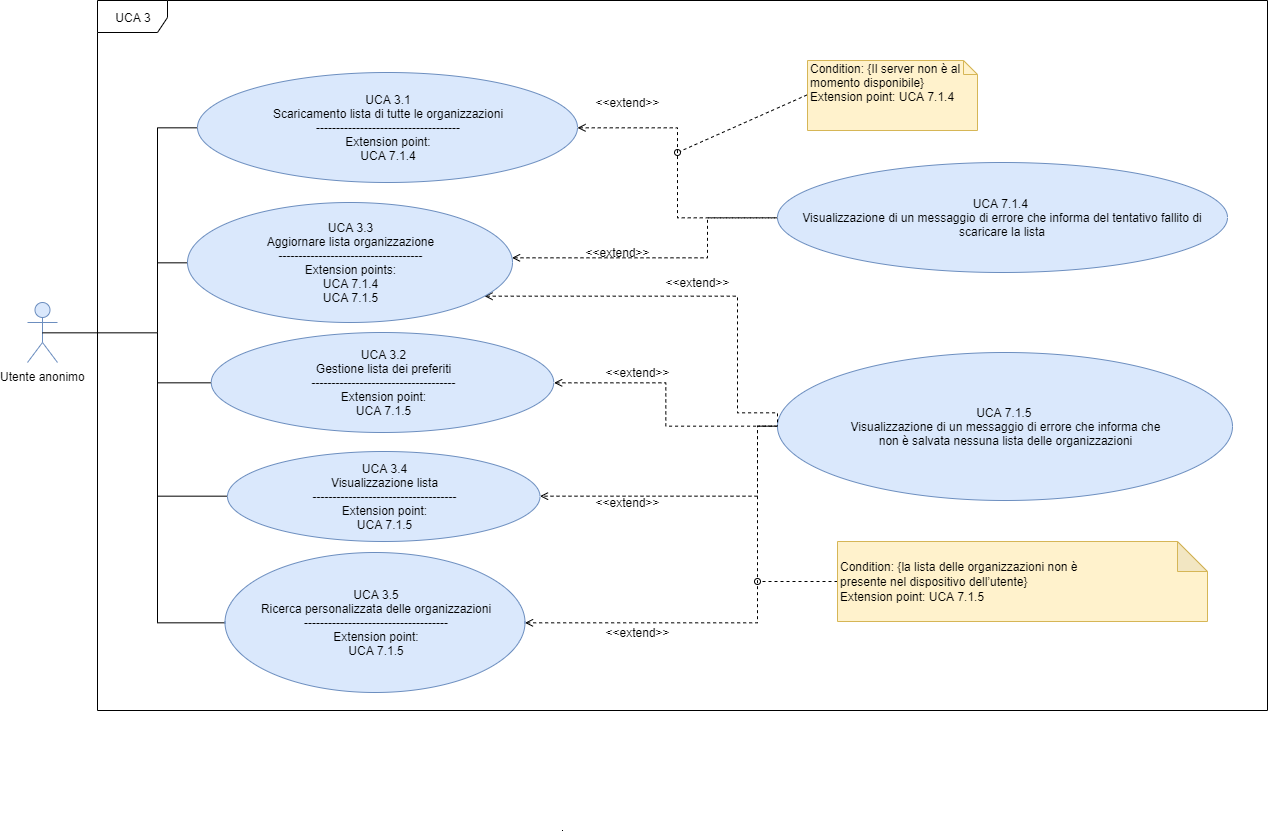
Earlier version of the draw.io export DocumentazioneEsterna/AnalisiRequisiti/sezioni/UseCase/Immagini/UCA3.png (qb-team/Stalker-Documentazione). Source tidied: cells renumbered, new cells last; positions are measured from the earlier drawing's top-left corner, leaving out a move shared by most shapes.
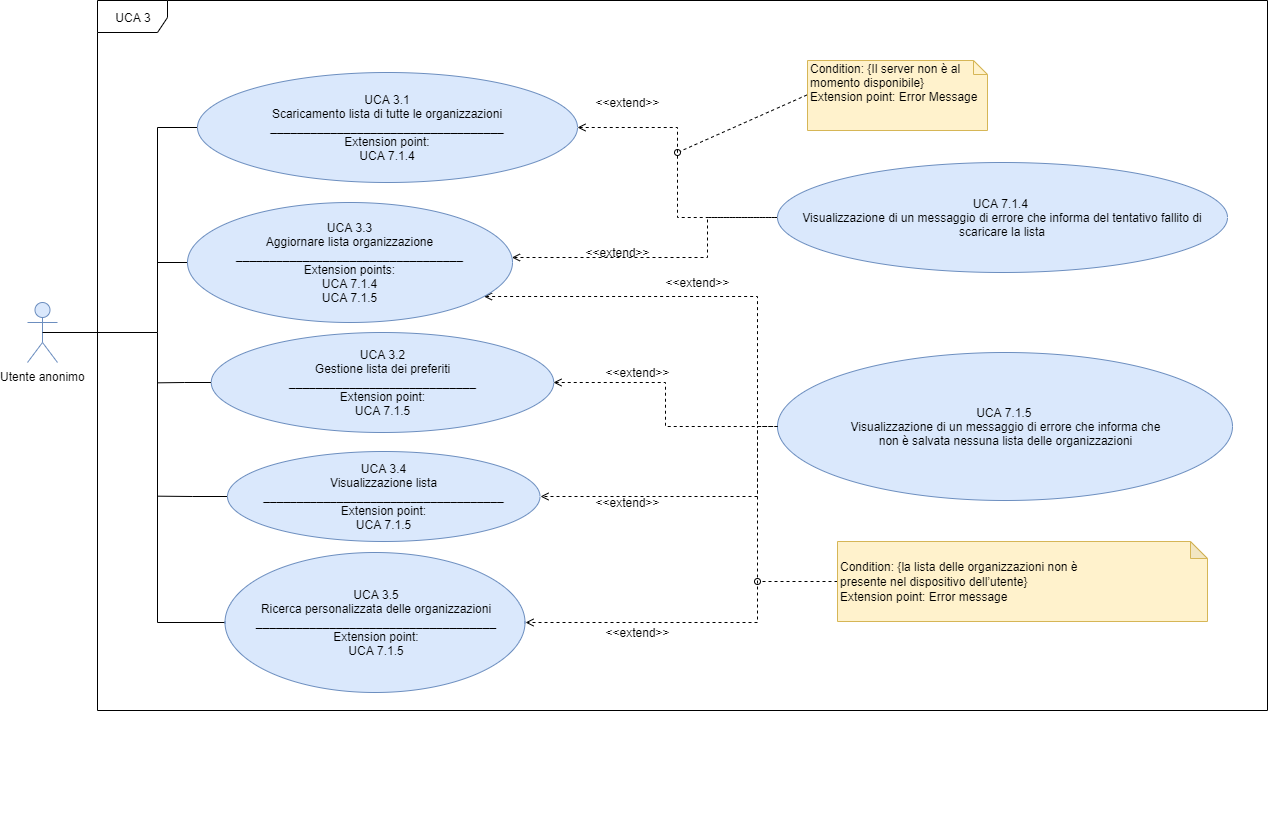
After the commit.

Change to the diagram source:
```diff
@@ -16,7 +16,7 @@
         </Array>
       </mxGeometry>
     </mxCell>
-    <mxCell id="5" value="&lt;font style=&quot;font-size: 12px&quot;&gt;&lt;font style=&quot;font-size: 12px&quot;&gt;UCA 3.1&lt;br&gt;Scaricamento lista di tutte le organizzazioni&lt;br style=&quot;font-size: 12px&quot;&gt;&lt;font style=&quot;font-size: 12px&quot;&gt;------------------------------------&lt;br style=&quot;font-size: 12px&quot;&gt;&lt;div&gt;&lt;span&gt;Extension point:&lt;/span&gt;&lt;/div&gt;&lt;div&gt;&lt;span&gt;UCA 7.1.4&lt;/span&gt;&lt;/div&gt;&lt;/font&gt;&lt;/font&gt;&lt;/font&gt;" style="ellipse;whiteSpace=wrap;html=1;fillColor=#dae8fc;strokeColor=#6c8ebf;fontSize=12;" parent="1" vertex="1">
+    <mxCell id="5" value="&lt;font style=&quot;font-size: 12px&quot;&gt;&lt;font style=&quot;font-size: 12px&quot;&gt;UCA 3.1&lt;br&gt;Scaricamento lista di tutte le organizzazioni&lt;br style=&quot;font-size: 12px&quot;&gt;&lt;font style=&quot;font-size: 12px&quot;&gt;&lt;b&gt;___________________________________&lt;br style=&quot;font-size: 12px&quot;&gt;&lt;/b&gt;&lt;div&gt;&lt;span&gt;Extension point:&lt;/span&gt;&lt;/div&gt;&lt;div&gt;&lt;span&gt;UCA 7.1.4&lt;/span&gt;&lt;/div&gt;&lt;/font&gt;&lt;/font&gt;&lt;/font&gt;" style="ellipse;whiteSpace=wrap;html=1;fillColor=#dae8fc;strokeColor=#6c8ebf;fontSize=12;" parent="1" vertex="1">
       <mxGeometry x="170" y="72" width="380" height="110" as="geometry" />
     </mxCell>
     <mxCell id="6" style="edgeStyle=orthogonalEdgeStyle;rounded=0;jettySize=auto;html=1;exitX=0;exitY=0.5;exitDx=0;exitDy=0;dashed=1;endArrow=open;endFill=0;startArrow=none;startFill=0;fontSize=12;" parent="1" edge="1" source="7" target="15">
@@ -54,7 +54,7 @@
         <mxPoint x="130" y="382.3" as="targetPoint" />
       </mxGeometry>
     </mxCell>
-    <mxCell id="12" value="&lt;font style=&quot;font-size: 12px&quot;&gt;UCA 3.2&lt;br&gt;Gestione lista dei preferiti&lt;br style=&quot;font-size: 12px&quot;&gt;&lt;font style=&quot;font-size: 12px&quot;&gt;------------------------------------&lt;br style=&quot;font-size: 12px&quot;&gt;&lt;/font&gt;&lt;span style=&quot;font-size: 12px ; text-align: left&quot;&gt;Extension point:&lt;br&gt;&lt;/span&gt;UCA 7.1.5&lt;br style=&quot;font-size: 12px&quot;&gt;&lt;/font&gt;" style="ellipse;whiteSpace=wrap;html=1;fillColor=#dae8fc;strokeColor=#6c8ebf;fontSize=12;" parent="1" vertex="1">
+    <mxCell id="12" value="&lt;font style=&quot;font-size: 12px&quot;&gt;UCA 3.2&lt;br&gt;Gestione lista dei preferiti&lt;br style=&quot;font-size: 12px&quot;&gt;&lt;div style=&quot;text-align: center&quot;&gt;&lt;span style=&quot;text-align: left&quot;&gt;&lt;b&gt;____________________________&lt;/b&gt;&lt;/span&gt;&lt;/div&gt;&lt;div style=&quot;text-align: center&quot;&gt;&lt;span style=&quot;text-align: left&quot;&gt;Extension point:&lt;/span&gt;&lt;/div&gt;UCA 7.1.5&lt;br style=&quot;font-size: 12px&quot;&gt;&lt;/font&gt;" style="ellipse;whiteSpace=wrap;html=1;fillColor=#dae8fc;strokeColor=#6c8ebf;fontSize=12;" parent="1" vertex="1">
       <mxGeometry x="183.8" y="332" width="342.5" height="100" as="geometry" />
     </mxCell>
     <mxCell id="13" style="edgeStyle=orthogonalEdgeStyle;rounded=0;jettySize=auto;html=1;exitX=0;exitY=0.5;exitDx=0;exitDy=0;startArrow=none;startFill=0;endArrow=none;endFill=0;fontSize=12;" parent="1" edge="1" source="15">
@@ -65,13 +65,12 @@
     <mxCell id="14" style="edgeStyle=orthogonalEdgeStyle;rounded=0;jettySize=auto;html=1;entryX=0;entryY=0.5;entryDx=0;entryDy=0;endArrow=none;endFill=0;startArrow=open;startFill=0;dashed=1;fontSize=12;" parent="1" edge="1" source="15" target="10">
       <mxGeometry relative="1" as="geometry">
         <Array as="points">
-          <mxPoint x="710" y="296" />
-          <mxPoint x="710" y="412" />
-          <mxPoint x="750" y="412" />
+          <mxPoint x="730" y="296" />
+          <mxPoint x="730" y="426" />
         </Array>
       </mxGeometry>
     </mxCell>
-    <mxCell id="15" value="&lt;font style=&quot;font-size: 12px&quot;&gt;&lt;span style=&quot;line-height: 100% ; font-size: 12px&quot;&gt;&lt;br style=&quot;font-size: 12px&quot;&gt;UCA 3.3&lt;br&gt;Aggiornare lista organizzazione&lt;/span&gt;&lt;br style=&quot;font-size: 12px&quot;&gt;&lt;font style=&quot;font-size: 12px&quot;&gt;------------------------------------&lt;br style=&quot;font-size: 12px&quot;&gt;&lt;/font&gt;&lt;span style=&quot;text-align: left ; font-size: 12px&quot;&gt;Extension points:&lt;br&gt;UCA 7.1.4&lt;br&gt;UCA 7.1.5&lt;br style=&quot;font-size: 12px&quot;&gt;&lt;/span&gt;&lt;br style=&quot;font-size: 12px&quot;&gt;&lt;/font&gt;" style="ellipse;whiteSpace=wrap;html=1;fillColor=#dae8fc;strokeColor=#6c8ebf;fontSize=12;" parent="1" vertex="1">
+    <mxCell id="15" value="&lt;font style=&quot;font-size: 12px&quot;&gt;&lt;span style=&quot;line-height: 100% ; font-size: 12px&quot;&gt;&lt;br style=&quot;font-size: 12px&quot;&gt;UCA 3.3&lt;br&gt;Aggiornare lista organizzazione&lt;/span&gt;&lt;br style=&quot;font-size: 12px&quot;&gt;&lt;div style=&quot;text-align: center&quot;&gt;&lt;span style=&quot;text-align: left&quot;&gt;&lt;b&gt;__________________________________&lt;/b&gt;&lt;/span&gt;&lt;/div&gt;&lt;div style=&quot;text-align: center&quot;&gt;&lt;span style=&quot;text-align: left&quot;&gt;Extension points:&lt;/span&gt;&lt;/div&gt;&lt;span style=&quot;text-align: left ; font-size: 12px&quot;&gt;UCA 7.1.4&lt;br&gt;UCA 7.1.5&lt;br style=&quot;font-size: 12px&quot;&gt;&lt;/span&gt;&lt;br style=&quot;font-size: 12px&quot;&gt;&lt;/font&gt;" style="ellipse;whiteSpace=wrap;html=1;fillColor=#dae8fc;strokeColor=#6c8ebf;fontSize=12;" parent="1" vertex="1">
       <mxGeometry x="160" y="202" width="325" height="120" as="geometry" />
     </mxCell>
     <mxCell id="16" style="edgeStyle=orthogonalEdgeStyle;rounded=0;jettySize=auto;html=1;exitX=0;exitY=0.5;exitDx=0;exitDy=0;startArrow=none;startFill=0;endArrow=none;endFill=0;fontSize=12;" parent="1" edge="1" source="17">
@@ -79,7 +78,7 @@
         <mxPoint x="130" y="495.7" as="targetPoint" />
       </mxGeometry>
     </mxCell>
-    <mxCell id="17" value="&lt;font style=&quot;font-size: 12px&quot;&gt;UCA 3.4&lt;br&gt;Visualizzazione lista&lt;br style=&quot;font-size: 12px&quot;&gt;&lt;font style=&quot;font-size: 12px&quot;&gt;------------------------------------&lt;br style=&quot;font-size: 12px&quot;&gt;&lt;/font&gt;&lt;span style=&quot;text-align: left&quot;&gt;Extension point:&lt;br&gt;&lt;/span&gt;UCA 7.1.5&lt;br style=&quot;font-size: 12px&quot;&gt;&lt;/font&gt;" style="ellipse;whiteSpace=wrap;html=1;fillColor=#dae8fc;strokeColor=#6c8ebf;fontSize=12;" parent="1" vertex="1">
+    <mxCell id="17" value="&lt;font style=&quot;font-size: 12px&quot;&gt;UCA 3.4&lt;br&gt;Visualizzazione lista&lt;br style=&quot;font-size: 12px&quot;&gt;&lt;span style=&quot;text-align: left&quot;&gt;&lt;b&gt;____________________________________&lt;/b&gt;&lt;br&gt;Extension point:&lt;br&gt;&lt;/span&gt;UCA 7.1.5&lt;br style=&quot;font-size: 12px&quot;&gt;&lt;/font&gt;" style="ellipse;whiteSpace=wrap;html=1;fillColor=#dae8fc;strokeColor=#6c8ebf;fontSize=12;" parent="1" vertex="1">
       <mxGeometry x="200" y="451" width="312.5" height="90" as="geometry" />
     </mxCell>
     <mxCell id="18" style="edgeStyle=orthogonalEdgeStyle;rounded=0;jettySize=auto;html=1;exitX=0;exitY=0.5;exitDx=0;exitDy=0;startArrow=none;startFill=0;endArrow=none;endFill=0;fontSize=12;" parent="1" edge="1" source="19">
@@ -90,7 +89,7 @@
         </Array>
       </mxGeometry>
     </mxCell>
-    <mxCell id="19" value="&lt;font style=&quot;font-size: 12px&quot;&gt;UCA 3.5&lt;br&gt;Ricerca personalizzata delle organizzazioni&lt;br style=&quot;font-size: 12px&quot;&gt;&lt;font style=&quot;font-size: 12px&quot;&gt;------------------------------------&lt;br style=&quot;font-size: 12px&quot;&gt;&lt;/font&gt;&lt;span style=&quot;text-align: left&quot;&gt;Extension point:&lt;br&gt;&lt;/span&gt;UCA 7.1.5&lt;br style=&quot;font-size: 12px&quot;&gt;&lt;/font&gt;" style="ellipse;whiteSpace=wrap;html=1;fillColor=#dae8fc;strokeColor=#6c8ebf;fontSize=12;" parent="1" vertex="1">
+    <mxCell id="19" value="&lt;font style=&quot;font-size: 12px&quot;&gt;UCA 3.5&lt;br&gt;Ricerca personalizzata delle organizzazioni&lt;br style=&quot;font-size: 12px&quot;&gt;&lt;div style=&quot;text-align: center&quot;&gt;&lt;span style=&quot;text-align: left&quot;&gt;&lt;b&gt;____________________________________&lt;/b&gt;&lt;/span&gt;&lt;/div&gt;&lt;div style=&quot;text-align: center&quot;&gt;&lt;span style=&quot;text-align: left&quot;&gt;Extension point:&lt;/span&gt;&lt;/div&gt;UCA 7.1.5&lt;br style=&quot;font-size: 12px&quot;&gt;&lt;/font&gt;" style="ellipse;whiteSpace=wrap;html=1;fillColor=#dae8fc;strokeColor=#6c8ebf;fontSize=12;" parent="1" vertex="1">
       <mxGeometry x="197.5" y="552" width="300" height="140" as="geometry" />
     </mxCell>
     <mxCell id="20" style="rounded=0;orthogonalLoop=1;jettySize=auto;html=1;exitX=0;exitY=0.5;exitDx=0;exitDy=0;exitPerimeter=0;endArrow=oval;endFill=0;dashed=1;fontSize=12;" parent="1" edge="1">
@@ -104,7 +103,7 @@
         <mxPoint x="730" y="581" as="targetPoint" />
       </mxGeometry>
     </mxCell>
-    <mxCell id="22" value="&lt;div style=&quot;font-size: 12px&quot;&gt;&lt;font style=&quot;font-size: 12px&quot;&gt;Condition: {&lt;span style=&quot;box-sizing: content-box ; line-height: 15.6933px ; font-size: 12px&quot;&gt;la lista delle organizzazioni non è presente&amp;nbsp;&lt;/span&gt;&lt;span style=&quot;white-space: nowrap ; font-size: 12px&quot;&gt;nel dispositivo dell’utente}&lt;/span&gt;&lt;/font&gt;&lt;/div&gt;&lt;div style=&quot;font-size: 12px&quot;&gt;&lt;font style=&quot;font-size: 12px&quot;&gt;Extension point: UCA 7.1.5&lt;/font&gt;&lt;/div&gt;" style="shape=note;whiteSpace=wrap;html=1;backgroundOutline=1;darkOpacity=0.05;align=left;fillColor=#fff2cc;strokeColor=#d6b656;fontSize=12;" parent="1" vertex="1">
+    <mxCell id="22" value="&lt;div style=&quot;font-size: 12px&quot;&gt;&lt;font style=&quot;font-size: 12px&quot;&gt;Condition: {&lt;span style=&quot;box-sizing: content-box ; line-height: 15.6933px ; font-size: 12px&quot;&gt;la lista delle organizzazioni non è presente&amp;nbsp;&lt;/span&gt;&lt;span style=&quot;white-space: nowrap ; font-size: 12px&quot;&gt;nel dispositivo dell’utente}&lt;/span&gt;&lt;/font&gt;&lt;/div&gt;&lt;div style=&quot;font-size: 12px&quot;&gt;&lt;font style=&quot;font-size: 12px&quot;&gt;Extension point: Error message&lt;/font&gt;&lt;/div&gt;" style="shape=note;whiteSpace=wrap;html=1;backgroundOutline=1;darkOpacity=0.05;align=left;fillColor=#fff2cc;strokeColor=#d6b656;fontSize=12;size=17;" parent="1" vertex="1">
       <mxGeometry x="810" y="541" width="370" height="80" as="geometry" />
     </mxCell>
     <mxCell id="23" style="endArrow=none;dashed=1;html=1;entryX=0;entryY=0.5;entryDx=0;entryDy=0;exitX=1;exitY=0.5;exitDx=0;exitDy=0;edgeStyle=orthogonalEdgeStyle;endFill=0;startArrow=open;startFill=0;fontSize=12;rounded=0;" parent="1" edge="1" source="5" target="7">
@@ -137,8 +136,8 @@
     <mxCell id="31" value="&amp;lt;&amp;lt;extend&amp;gt;&amp;gt;" style="text;html=1;strokeColor=none;fillColor=none;align=center;verticalAlign=middle;whiteSpace=wrap;rounded=0;fontSize=12;" parent="1" vertex="1">
       <mxGeometry x="650" y="272" width="40" height="20" as="geometry" />
     </mxCell>
-    <mxCell id="32" value="Condition: {Il server non è al momento disponibile}&lt;br&gt;&lt;div&gt;Extension point: UCA 7.1.4&lt;/div&gt;" style="shape=note;whiteSpace=wrap;html=1;size=14;verticalAlign=top;align=left;spacingTop=-6;fontSize=12;fillColor=#fff2cc;strokeColor=#d6b656;" parent="1" vertex="1">
-      <mxGeometry x="780" y="60" width="170" height="70" as="geometry" />
+    <mxCell id="32" value="Condition: {Il server non è al momento disponibile}&lt;br&gt;&lt;div&gt;Extension point: Error Message&lt;/div&gt;" style="shape=note;whiteSpace=wrap;html=1;size=14;verticalAlign=top;align=left;spacingTop=-6;fontSize=12;fillColor=#fff2cc;strokeColor=#d6b656;" parent="1" vertex="1">
+      <mxGeometry x="780" y="60" width="180" height="70" as="geometry" />
     </mxCell>
   </root>
 </mxGraphModel>
```
